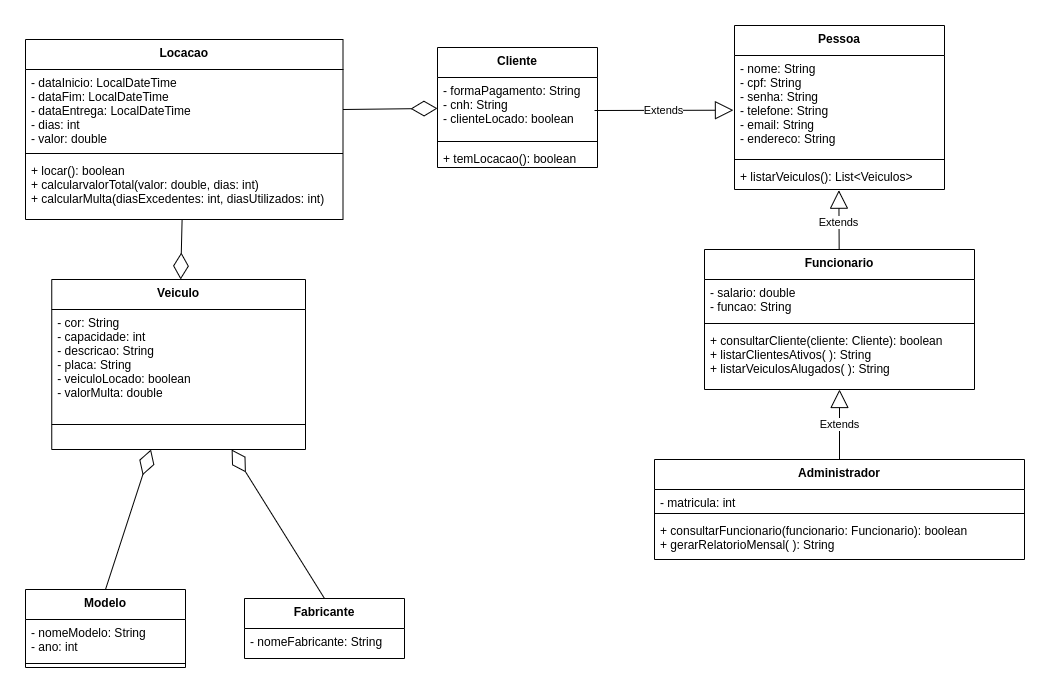
Above: target/classes/com/example/locadora_abvv/Diagrama de Classes de Dominio.png in victor7miguel/Locadora_ABVV (draw.io), before the change. Source tidied: cells renumbered, new cells last; positions are measured from the earlier drawing's top-left corner, leaving out a move shared by most shapes.
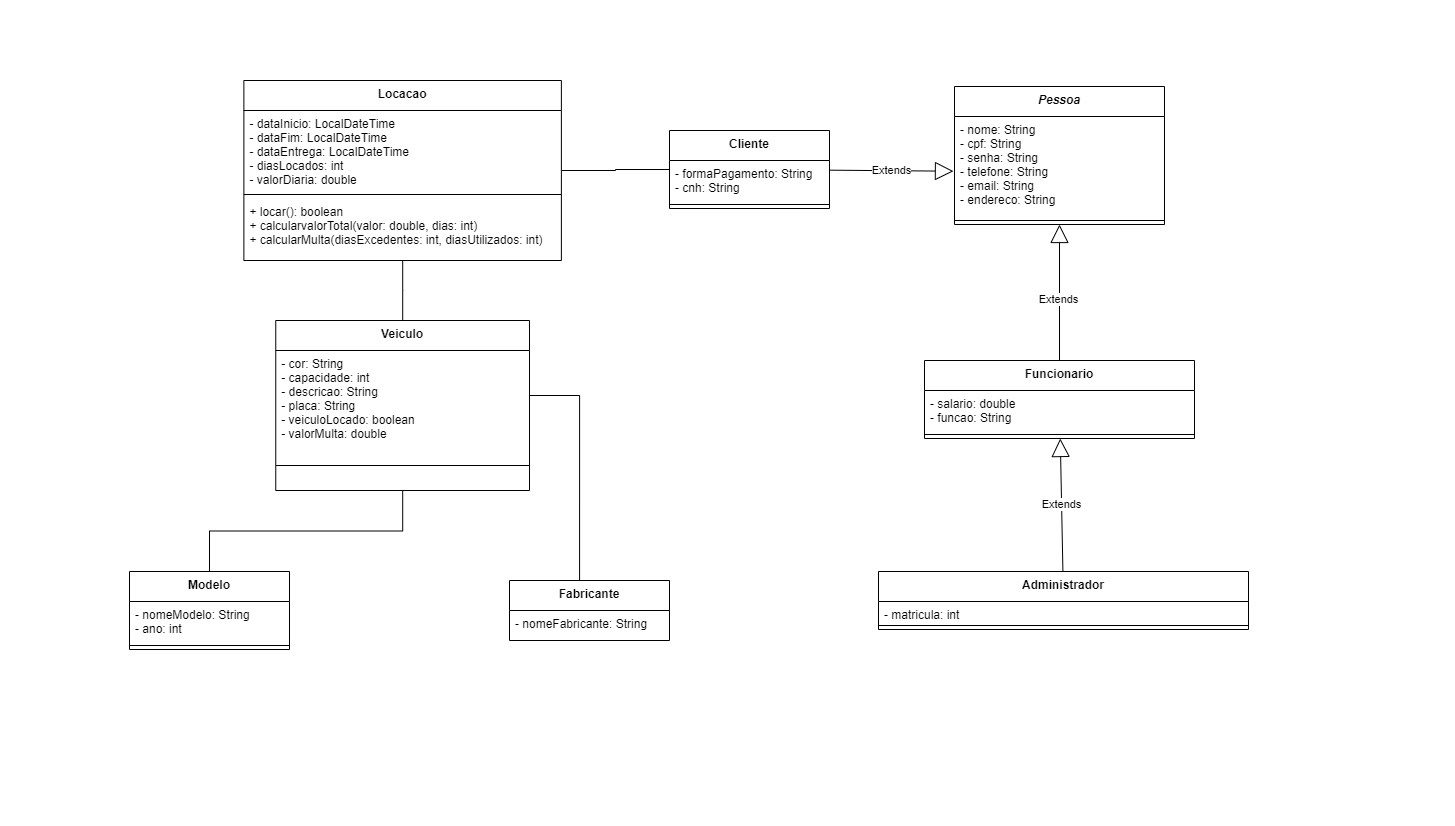
Above is the later version.

Change to the diagram source:
```diff
@@ -3,7 +3,7 @@
     <mxCell id="0" />
     <mxCell id="1" parent="0" />
     <mxCell id="2" value="Veiculo" style="swimlane;fontStyle=1;align=center;verticalAlign=top;horizontal=1;startSize=30;" parent="1" vertex="1">
-      <mxGeometry x="26.2" y="254" width="253.8" height="170" as="geometry" />
+      <mxGeometry x="26.3" y="100" width="253.8" height="170" as="geometry" />
     </mxCell>
     <mxCell id="3" value="- cor: String&#10;- capacidade: int&#10;- descricao: String&#10;- placa: String&#10;- veiculoLocado: boolean&#10;- valorMulta: double" style="text;strokeColor=none;fillColor=none;align=left;verticalAlign=top;spacingLeft=4;spacingRight=4;overflow=hidden;points=[[0,0.5],[1,0.5]];portConstraint=eastwest;" parent="2" vertex="1">
       <mxGeometry y="30" width="253.8" height="90" as="geometry" />
@@ -11,8 +11,8 @@
     <mxCell id="4" style="line;strokeWidth=1;fillColor=none;align=left;verticalAlign=middle;spacingTop=-1;spacingLeft=3;spacingRight=3;labelPosition=right;" parent="2" vertex="1">
       <mxGeometry y="120" width="253.8" height="50" as="geometry" />
     </mxCell>
-    <mxCell id="5" value="Pessoa" style="swimlane;fontStyle=1;align=center;verticalAlign=top;horizontal=1;startSize=30;" parent="1" vertex="1">
-      <mxGeometry x="709" width="210" height="164" as="geometry" />
+    <mxCell id="5" value="Pessoa" style="swimlane;fontStyle=3;align=center;verticalAlign=top;horizontal=1;startSize=30;" parent="1" vertex="1">
+      <mxGeometry x="705" y="-134" width="210" height="138" as="geometry" />
     </mxCell>
     <mxCell id="6" value="- nome: String&#10;- cpf: String&#10;- senha: String&#10;- telefone: String &#10;- email: String&#10;- endereco: String" style="text;strokeColor=none;fillColor=none;align=left;verticalAlign=top;spacingLeft=4;spacingRight=4;overflow=hidden;points=[[0,0.5],[1,0.5]];portConstraint=eastwest;" parent="5" vertex="1">
       <mxGeometry y="30" width="210" height="100" as="geometry" />
@@ -20,23 +20,17 @@
     <mxCell id="7" style="line;strokeWidth=1;fillColor=none;align=left;verticalAlign=middle;spacingTop=-1;spacingLeft=3;spacingRight=3;labelPosition=right;" parent="5" vertex="1">
       <mxGeometry y="130" width="210" height="8" as="geometry" />
     </mxCell>
-    <mxCell id="8" value="+ listarVeiculos(): List&lt;Veiculos&gt;" style="text;strokeColor=none;fillColor=none;align=left;verticalAlign=top;spacingLeft=4;spacingRight=4;overflow=hidden;points=[[0,0.5],[1,0.5]];portConstraint=eastwest;" parent="5" vertex="1">
-      <mxGeometry y="138" width="210" height="26" as="geometry" />
-    </mxCell>
     <mxCell id="9" value="Cliente" style="swimlane;fontStyle=1;align=center;verticalAlign=top;horizontal=1;startSize=30;" parent="1" vertex="1">
-      <mxGeometry x="412" y="22" width="160" height="120" as="geometry" />
+      <mxGeometry x="420" y="-90" width="160" height="78" as="geometry" />
     </mxCell>
-    <mxCell id="10" value="- formaPagamento: String&#10;- cnh: String&#10;- clienteLocado: boolean" style="text;strokeColor=none;fillColor=none;align=left;verticalAlign=top;spacingLeft=4;spacingRight=4;overflow=hidden;" parent="9" vertex="1">
-      <mxGeometry y="30" width="160" height="60" as="geometry" />
+    <mxCell id="10" value="- formaPagamento: String&#10;- cnh: String" style="text;strokeColor=none;fillColor=none;align=left;verticalAlign=top;spacingLeft=4;spacingRight=4;overflow=hidden;" parent="9" vertex="1">
+      <mxGeometry y="30" width="160" height="40" as="geometry" />
     </mxCell>
     <mxCell id="11" style="line;strokeWidth=1;fillColor=none;align=left;verticalAlign=middle;spacingTop=-1;spacingLeft=3;spacingRight=3;labelPosition=right;" parent="9" vertex="1">
-      <mxGeometry y="90" width="160" height="8" as="geometry" />
+      <mxGeometry y="70" width="160" height="8" as="geometry" />
     </mxCell>
-    <mxCell id="12" value="+ temLocacao(): boolean" style="text;strokeColor=none;fillColor=none;align=left;verticalAlign=top;spacingLeft=4;spacingRight=4;overflow=hidden;" parent="9" vertex="1">
-      <mxGeometry y="98" width="160" height="22" as="geometry" />
-    </mxCell>
     <mxCell id="13" value="Funcionario" style="swimlane;fontStyle=1;align=center;verticalAlign=top;horizontal=1;startSize=30;" parent="1" vertex="1">
-      <mxGeometry x="679" y="224" width="270" height="140" as="geometry" />
+      <mxGeometry x="675" y="140" width="270" height="78" as="geometry" />
     </mxCell>
     <mxCell id="14" value="- salario: double&#10;- funcao: String" style="text;strokeColor=none;fillColor=none;align=left;verticalAlign=top;spacingLeft=4;spacingRight=4;overflow=hidden;" parent="13" vertex="1">
       <mxGeometry y="30" width="270" height="40" as="geometry" />
@@ -44,11 +38,8 @@
     <mxCell id="15" style="line;strokeWidth=1;fillColor=none;align=left;verticalAlign=middle;spacingTop=-1;spacingLeft=3;spacingRight=3;labelPosition=right;" parent="13" vertex="1">
       <mxGeometry y="70" width="270" height="8" as="geometry" />
     </mxCell>
-    <mxCell id="16" value="+ consultarCliente(cliente: Cliente): boolean &#10;+ listarClientesAtivos( ): String&#10;+ listarVeiculosAlugados( ): String" style="text;strokeColor=none;fillColor=none;align=left;verticalAlign=top;spacingLeft=4;spacingRight=4;overflow=hidden;" parent="13" vertex="1">
-      <mxGeometry y="78" width="270" height="62" as="geometry" />
-    </mxCell>
     <mxCell id="17" value="Administrador" style="swimlane;fontStyle=1;align=center;verticalAlign=top;horizontal=1;startSize=30;" parent="1" vertex="1">
-      <mxGeometry x="629" y="434" width="370" height="100" as="geometry" />
+      <mxGeometry x="629" y="351" width="370" height="58" as="geometry" />
     </mxCell>
     <mxCell id="18" value="- matricula: int" style="text;strokeColor=none;fillColor=none;align=left;verticalAlign=top;spacingLeft=4;spacingRight=4;overflow=hidden;" parent="17" vertex="1">
       <mxGeometry y="30" width="370" height="20" as="geometry" />
@@ -56,21 +47,16 @@
     <mxCell id="19" style="line;strokeWidth=1;fillColor=none;align=left;verticalAlign=middle;spacingTop=-1;spacingLeft=3;spacingRight=3;labelPosition=right;" parent="17" vertex="1">
       <mxGeometry y="50" width="370" height="8" as="geometry" />
     </mxCell>
-    <mxCell id="20" value="+ consultarFuncionario(funcionario: Funcionario): boolean&#10;+ gerarRelatorioMensal( ): String" style="text;strokeColor=none;fillColor=none;align=left;verticalAlign=top;spacingLeft=4;spacingRight=4;overflow=hidden;" parent="17" vertex="1">
-      <mxGeometry y="58" width="370" height="42" as="geometry" />
-    </mxCell>
-    <mxCell id="21" value="Extends" style="endArrow=block;endSize=16;endFill=0;html=1;rounded=0;entryX=0.497;entryY=1.026;entryDx=0;entryDy=0;entryPerimeter=0;" parent="1" edge="1" source="13" target="8">
+    <mxCell id="21" value="Extends" style="endArrow=block;endSize=16;endFill=0;html=1;rounded=0;" parent="1" edge="1" source="13" target="5">
       <mxGeometry x="-0.1" y="1" relative="1" as="geometry" />
     </mxCell>
-    <mxCell id="22" value="Extends" style="endArrow=block;endSize=16;endFill=0;html=1;rounded=0;entryX=-0.005;entryY=0.547;entryDx=0;entryDy=0;entryPerimeter=0;" parent="1" edge="1" target="6">
-      <mxGeometry relative="1" as="geometry">
-        <mxPoint x="569" y="85" as="sourcePoint" />
-      </mxGeometry>
+    <mxCell id="22" value="Extends" style="endArrow=block;endSize=16;endFill=0;html=1;rounded=0;entryX=-0.005;entryY=0.547;entryDx=0;entryDy=0;entryPerimeter=0;" parent="1" edge="1" source="9" target="6">
+      <mxGeometry relative="1" as="geometry" />
     </mxCell>
     <mxCell id="23" value="Locacao" style="swimlane;fontStyle=1;align=center;verticalAlign=top;horizontal=1;startSize=30;" parent="1" vertex="1">
-      <mxGeometry y="14" width="317.5" height="180" as="geometry" />
+      <mxGeometry x="-5.6" y="-140" width="317.5" height="180" as="geometry" />
     </mxCell>
-    <mxCell id="24" value="- dataInicio: LocalDateTime&#10;- dataFim: LocalDateTime&#10;- dataEntrega: LocalDateTime&#10;- dias: int&#10;- valor: double&#10;" style="text;strokeColor=none;fillColor=none;align=left;verticalAlign=top;spacingLeft=4;spacingRight=4;overflow=hidden;points=[[0,0.5],[1,0.5]];portConstraint=eastwest;" parent="23" vertex="1">
+    <mxCell id="24" value="- dataInicio: LocalDateTime&#10;- dataFim: LocalDateTime&#10;- dataEntrega: LocalDateTime&#10;- diasLocados: int&#10;- valorDiaria: double&#10;" style="text;strokeColor=none;fillColor=none;align=left;verticalAlign=top;spacingLeft=4;spacingRight=4;overflow=hidden;points=[[0,0.5],[1,0.5]];portConstraint=eastwest;" parent="23" vertex="1">
       <mxGeometry y="30" width="317.5" height="80" as="geometry" />
     </mxCell>
     <mxCell id="25" style="line;strokeWidth=1;fillColor=none;align=left;verticalAlign=middle;spacingTop=-1;spacingLeft=3;spacingRight=3;labelPosition=right;" parent="23" vertex="1">
@@ -80,7 +66,7 @@
       <mxGeometry y="118" width="317.5" height="62" as="geometry" />
     </mxCell>
     <mxCell id="27" value="Modelo" style="swimlane;fontStyle=1;align=center;verticalAlign=top;horizontal=1;startSize=30;" parent="1" vertex="1">
-      <mxGeometry y="564" width="160" height="78" as="geometry" />
+      <mxGeometry x="-120" y="351" width="160" height="78" as="geometry" />
     </mxCell>
     <mxCell id="28" value="- nomeModelo: String&#10;- ano: int" style="text;strokeColor=none;fillColor=none;align=left;verticalAlign=top;spacingLeft=4;spacingRight=4;overflow=hidden;" parent="27" vertex="1">
       <mxGeometry y="30" width="160" height="40" as="geometry" />
@@ -89,25 +75,25 @@
       <mxGeometry y="70" width="160" height="8" as="geometry" />
     </mxCell>
     <mxCell id="30" value="Fabricante" style="swimlane;fontStyle=1;align=center;verticalAlign=top;horizontal=1;startSize=30;" parent="1" vertex="1">
-      <mxGeometry x="219" y="573" width="160" height="60" as="geometry" />
+      <mxGeometry x="260" y="360" width="160" height="60" as="geometry" />
     </mxCell>
     <mxCell id="31" value="- nomeFabricante: String" style="text;strokeColor=none;fillColor=none;align=left;verticalAlign=top;spacingLeft=4;spacingRight=4;overflow=hidden;" parent="30" vertex="1">
       <mxGeometry y="30" width="160" height="30" as="geometry" />
     </mxCell>
-    <mxCell id="32" style="endArrow=diamondThin;endFill=0;endSize=24;html=1;rounded=0;exitX=0.5;exitY=0;exitDx=0;exitDy=0;" parent="1" edge="1" source="27" target="2">
-      <mxGeometry relative="1" as="geometry" />
-    </mxCell>
-    <mxCell id="33" style="endArrow=diamondThin;endFill=0;endSize=24;html=1;rounded=0;exitX=0.5;exitY=0;exitDx=0;exitDy=0;" parent="1" edge="1" source="30" target="2">
-      <mxGeometry relative="1" as="geometry" />
-    </mxCell>
+    <mxCell id="36" value="Extends" style="endArrow=block;endSize=16;endFill=0;html=1;rounded=0;" parent="1" edge="1" source="17" target="13">
+      <mxGeometry relative="1" as="geometry" />
+    </mxCell>
+    <mxCell id="37" style="endArrow=none;html=1;edgeStyle=orthogonalEdgeStyle;rounded=0;entryX=0.438;entryY=0;entryDx=0;entryDy=0;entryPerimeter=0;" parent="1" edge="1" source="3" target="30">
+      <mxGeometry relative="1" as="geometry" />
+    </mxCell>
+    <mxCell id="38" style="endArrow=none;html=1;edgeStyle=orthogonalEdgeStyle;rounded=0;" parent="1" edge="1" source="2" target="27">
+      <mxGeometry relative="1" as="geometry" />
+    </mxCell>
+    <mxCell id="39" style="endArrow=none;html=1;edgeStyle=orthogonalEdgeStyle;rounded=0;" parent="1" edge="1" source="23" target="9">
+      <mxGeometry relative="1" as="geometry" />
+    </mxCell>
-    <mxCell id="34" style="endArrow=diamondThin;endFill=0;endSize=24;html=1;rounded=0;" parent="1" edge="1" source="23" target="2">
+    <mxCell id="34" style="endArrow=none;html=1;edgeStyle=orthogonalEdgeStyle;rounded=0;" parent="1" edge="1" source="23" target="2">
       <mxGeometry relative="1" as="geometry" />
     </mxCell>
-    <mxCell id="35" style="endArrow=diamondThin;endFill=0;endSize=24;html=1;rounded=0;exitX=1;exitY=0.5;exitDx=0;exitDy=0;" parent="1" edge="1" source="24" target="9">
-      <mxGeometry relative="1" as="geometry" />
-    </mxCell>
-    <mxCell id="36" value="Extends" style="endArrow=block;endSize=16;endFill=0;html=1;rounded=0;" parent="1" edge="1" source="17" target="13">
-      <mxGeometry relative="1" as="geometry" />
-    </mxCell>
   </root>
 </mxGraphModel>
```
